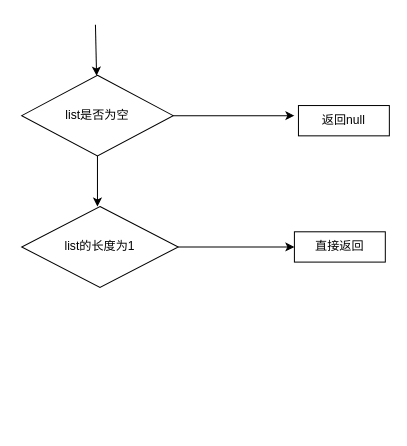
This is src/main/resources/dubbo loadbalance.drawio from xingfeiyin/java-practice, a draw.io file, before an edit. Source tidied: cells renumbered, new cells numbered last; positions are measured from the earlier drawing's top-left corner, leaving out a move shared by most shapes. Both pictures are drawn from the tidied source at 101%, with x=0, y=0 at pixel (21, 24).
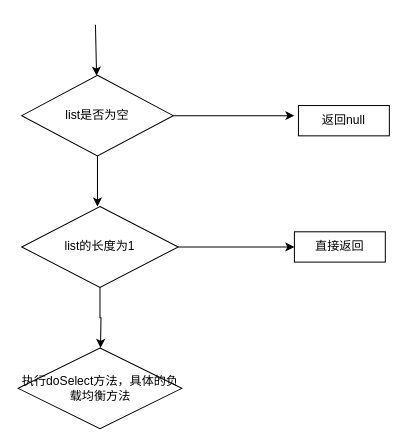
The same page after the edit.

Diff of the diagram source:
```diff
@@
 <mxGraphModel>
   <root>
     <mxCell id="0" />
     <mxCell id="1" parent="0" />
     <mxCell id="2" style="endArrow=classic;html=1;" parent="1" edge="1" target="5">
       <mxGeometry relative="1" as="geometry">
         <mxPoint x="73" as="sourcePoint" />
       </mxGeometry>
     </mxCell>
     <mxCell id="3" style="edgeStyle=orthogonalEdgeStyle;rounded=0;jettySize=auto;html=1;exitX=0.5;exitY=1;exitDx=0;exitDy=0;" parent="1" edge="1" source="5">
       <mxGeometry relative="1" as="geometry">
         <mxPoint x="75" y="180" as="targetPoint" />
       </mxGeometry>
     </mxCell>
     <mxCell id="4" style="edgeStyle=orthogonalEdgeStyle;rounded=0;jettySize=auto;html=1;exitX=1;exitY=0.5;exitDx=0;exitDy=0;" parent="1" edge="1" source="5">
       <mxGeometry relative="1" as="geometry">
         <mxPoint x="270" y="90" as="targetPoint" />
       </mxGeometry>
     </mxCell>
     <mxCell id="5" value="list是否为空" style="rhombus;whiteSpace=wrap;html=1;" parent="1" vertex="1">
       <mxGeometry y="50" width="150" height="80" as="geometry" />
     </mxCell>
     <mxCell id="6" style="edgeStyle=orthogonalEdgeStyle;rounded=0;jettySize=auto;html=1;exitX=1;exitY=0.5;exitDx=0;exitDy=0;entryX=0;entryY=0.5;entryDx=0;entryDy=0;" parent="1" edge="1" source="7" target="9">
       <mxGeometry relative="1" as="geometry" />
     </mxCell>
+    <mxCell id="10" style="edgeStyle=orthogonalEdgeStyle;rounded=0;jettySize=auto;html=1;exitX=0.5;exitY=1;exitDx=0;exitDy=0;" parent="1" edge="1" source="7">
+      <mxGeometry relative="1" as="geometry">
+        <mxPoint x="78" y="320" as="targetPoint" />
+      </mxGeometry>
+    </mxCell>
     <mxCell id="7" value="list的长度为1" style="rhombus;whiteSpace=wrap;html=1;" parent="1" vertex="1">
       <mxGeometry y="180" width="155" height="80" as="geometry" />
     </mxCell>
     <mxCell id="8" value="返回null" style="rounded=0;whiteSpace=wrap;html=1;" parent="1" vertex="1">
       <mxGeometry x="274" y="80" width="90" height="30" as="geometry" />
     </mxCell>
     <mxCell id="9" value="直接返回" style="rounded=0;whiteSpace=wrap;html=1;" parent="1" vertex="1">
       <mxGeometry x="270" y="205" width="90" height="30" as="geometry" />
     </mxCell>
+    <mxCell id="11" value="执行doSelect方法，具体的负载均衡方法" style="rhombus;whiteSpace=wrap;html=1;" parent="1" vertex="1">
+      <mxGeometry x="-3.5" y="320" width="162" height="80" as="geometry" />
+    </mxCell>
   </root>
 </mxGraphModel>
```
